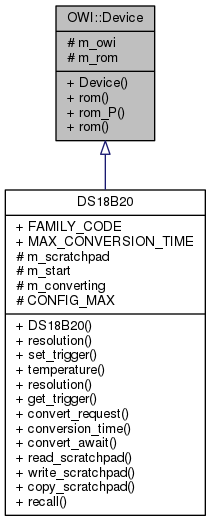
Earlier version of the Graphviz export Arduino-OWI/d7/db8/classOWI_1_1Device__inherit__graph.png (mikaelpatel/mikaelpatel.github.io). Its source is kept beside it as Arduino-OWI/d7/db8/classOWI_1_1Device__inherit__graph.dot.
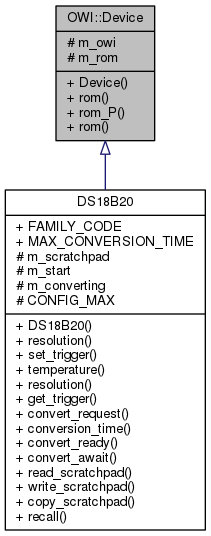
Above is the later version.

Change to the diagram source:
```diff
@@ -4,5 +4,5 @@
   node [fontname="Helvetica",fontsize="10",shape=record];
   Node1 [label="{OWI::Device\n|# m_owi\l# m_rom\l|+ Device()\l+ rom()\l+ rom_P()\l+ rom()\l}",height=0.2,width=0.4,color="black", fillcolor="grey75", style="filled", fontcolor="black"];
   Node1 -> Node2 [dir="back",color="midnightblue",fontsize="10",style="solid",arrowtail="onormal",fontname="Helvetica"];
-  Node2 [label="{DS18B20\n|+ FAMILY_CODE\l+ MAX_CONVERSION_TIME\l# m_scratchpad\l# m_start\l# m_converting\l# CONFIG_MAX\l|+ DS18B20()\l+ resolution()\l+ set_trigger()\l+ temperature()\l+ resolution()\l+ get_trigger()\l+ convert_request()\l+ conversion_time()\l+ convert_await()\l+ read_scratchpad()\l+ write_scratchpad()\l+ copy_scratchpad()\l+ recall()\l}",height=0.2,width=0.4,color="black", fillcolor="white", style="filled",URL="$da/dc6/classDS18B20.html"];
+  Node2 [label="{DS18B20\n|+ FAMILY_CODE\l+ MAX_CONVERSION_TIME\l# m_scratchpad\l# m_start\l# m_converting\l# CONFIG_MAX\l|+ DS18B20()\l+ resolution()\l+ set_trigger()\l+ temperature()\l+ resolution()\l+ get_trigger()\l+ convert_request()\l+ conversion_time()\l+ convert_ready()\l+ convert_await()\l+ read_scratchpad()\l+ write_scratchpad()\l+ copy_scratchpad()\l+ recall()\l}",height=0.2,width=0.4,color="black", fillcolor="white", style="filled",URL="$da/dc6/classDS18B20.html"];
 }
```
